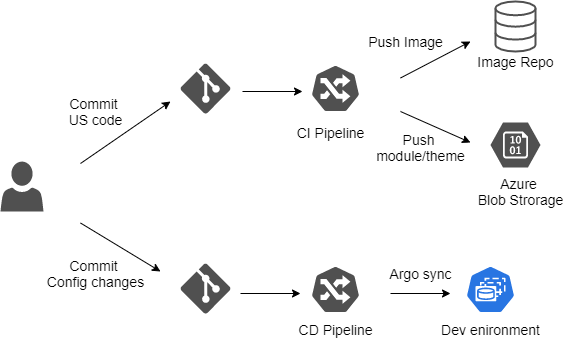
Before: docs/media/ArgoCD flows-Dev flow.png, a diagram exported from draw.io (VirtoCommerce/vc-deploy-apps). Source tidied: cells renumbered, new cells last; positions are measured from the earlier drawing's top-left corner, leaving out a move shared by most shapes. Source of this version:
```xml
<mxGraphModel>
  <root>
    <mxCell id="0" />
    <mxCell id="1" parent="0" />
    <mxCell id="2" style="shadow=0;dashed=0;html=1;strokeColor=none;labelPosition=center;verticalLabelPosition=bottom;verticalAlign=top;align=center;fillColor=#505050;shape=mxgraph.mscae.intune.account_portal;fontSize=14;" parent="1" vertex="1">
      <mxGeometry y="160" width="43" height="50" as="geometry" />
    </mxCell>
    <mxCell id="3" style="verticalLabelPosition=bottom;html=1;verticalAlign=top;align=center;strokeColor=none;fillColor=#505050;shape=mxgraph.azure.git_repository;fontSize=14;" parent="1" vertex="1">
      <mxGeometry x="180" y="62" width="50" height="50" as="geometry" />
    </mxCell>
    <mxCell id="4" style="verticalLabelPosition=bottom;html=1;verticalAlign=top;align=center;strokeColor=none;fillColor=#505050;shape=mxgraph.azure.git_repository;fontSize=14;" parent="1" vertex="1">
      <mxGeometry x="180" y="262" width="50" height="50" as="geometry" />
    </mxCell>
    <mxCell id="5" style="html=1;dashed=0;whitespace=wrap;fillColor=#505050;strokeColor=#ffffff;shape=mxgraph.kubernetes.icon;prIcon=ing;fontSize=14;" parent="1" vertex="1">
      <mxGeometry x="310" y="63" width="50" height="48" as="geometry" />
    </mxCell>
    <mxCell id="6" style="html=1;verticalLabelPosition=bottom;align=center;labelBackgroundColor=#ffffff;verticalAlign=top;strokeWidth=2;strokeColor=#505050;shadow=0;dashed=0;shape=mxgraph.ios7.icons.data;fillColor=none;fontSize=14;" parent="1" vertex="1">
      <mxGeometry x="495" width="40" height="50" as="geometry" />
    </mxCell>
    <mxCell id="7" style="html=1;dashed=0;whitespace=wrap;fillColor=#505050;strokeColor=#ffffff;shape=mxgraph.kubernetes.icon;prIcon=ing;fontSize=14;" parent="1" vertex="1">
      <mxGeometry x="310" y="264" width="50" height="48" as="geometry" />
    </mxCell>
    <mxCell id="8" style="html=1;dashed=0;whitespace=wrap;fillColor=#2875E2;strokeColor=#ffffff;shape=mxgraph.kubernetes.icon;prIcon=sts;fontSize=14;" parent="1" vertex="1">
      <mxGeometry x="465" y="264" width="50" height="48" as="geometry" />
    </mxCell>
    <mxCell id="9" style="endArrow=classic;html=1;fontSize=14;" parent="1" edge="1">
      <mxGeometry relative="1" as="geometry">
        <mxPoint x="80" y="162" as="sourcePoint" />
        <mxPoint x="170" y="100" as="targetPoint" />
      </mxGeometry>
    </mxCell>
    <mxCell id="10" value="Commit &lt;br&gt;US code" style="text;html=1;align=center;verticalAlign=middle;fontSize=14;" parent="1" vertex="1">
      <mxGeometry x="60" y="90" width="70" height="40" as="geometry" />
    </mxCell>
    <mxCell id="11" value="CI Pipeline" style="text;html=1;align=center;verticalAlign=middle;fontSize=14;" parent="1" vertex="1">
      <mxGeometry x="290" y="121" width="80" height="20" as="geometry" />
    </mxCell>
    <mxCell id="12" style="endArrow=classic;html=1;fontSize=14;" parent="1" edge="1">
      <mxGeometry relative="1" as="geometry">
        <mxPoint x="242" y="90" as="sourcePoint" />
        <mxPoint x="302" y="90" as="targetPoint" />
      </mxGeometry>
    </mxCell>
    <mxCell id="13" style="endArrow=classic;html=1;fontSize=14;" parent="1" edge="1">
      <mxGeometry relative="1" as="geometry">
        <mxPoint x="400" y="76.5" as="sourcePoint" />
        <mxPoint x="470" y="40" as="targetPoint" />
      </mxGeometry>
    </mxCell>
    <mxCell id="14" style="endArrow=classic;html=1;fontSize=14;" parent="1" edge="1">
      <mxGeometry relative="1" as="geometry">
        <mxPoint x="400" y="110" as="sourcePoint" />
        <mxPoint x="470" y="141" as="targetPoint" />
      </mxGeometry>
    </mxCell>
    <mxCell id="15" value="Push Image" style="text;html=1;align=center;verticalAlign=middle;fontSize=14;" parent="1" vertex="1">
      <mxGeometry x="360" y="30" width="90" height="20" as="geometry" />
    </mxCell>
    <mxCell id="16" value="Image Repo" style="text;html=1;align=center;verticalAlign=middle;fontSize=14;" parent="1" vertex="1">
      <mxGeometry x="470" y="50" width="90" height="20" as="geometry" />
    </mxCell>
    <mxCell id="17" style="verticalLabelPosition=bottom;html=1;verticalAlign=top;align=center;strokeColor=none;fillColor=#505050;shape=mxgraph.azure.storage_blob;fontSize=14;" parent="1" vertex="1">
      <mxGeometry x="490" y="121" width="50" height="45" as="geometry" />
    </mxCell>
    <mxCell id="18" value="Azure &lt;br&gt;Blob Strorage" style="text;html=1;align=center;verticalAlign=middle;fontSize=14;" parent="1" vertex="1">
      <mxGeometry x="470" y="170" width="100" height="40" as="geometry" />
    </mxCell>
    <mxCell id="19" value="Push &lt;br&gt;module/theme" style="text;html=1;align=center;verticalAlign=middle;fontSize=14;" parent="1" vertex="1">
      <mxGeometry x="370" y="126" width="100" height="40" as="geometry" />
    </mxCell>
    <mxCell id="20" style="endArrow=classic;html=1;fontSize=14;" parent="1" edge="1">
      <mxGeometry relative="1" as="geometry">
        <mxPoint x="80" y="221.5" as="sourcePoint" />
        <mxPoint x="160" y="270" as="targetPoint" />
      </mxGeometry>
    </mxCell>
    <mxCell id="21" value="Commit &lt;br&gt;Config changes" style="text;html=1;align=center;verticalAlign=middle;fontSize=14;" parent="1" vertex="1">
      <mxGeometry x="40" y="252" width="110" height="40" as="geometry" />
    </mxCell>
    <mxCell id="22" value="CD Pipeline" style="text;html=1;align=center;verticalAlign=middle;fontSize=14;" parent="1" vertex="1">
      <mxGeometry x="290" y="318" width="90" height="20" as="geometry" />
    </mxCell>
    <mxCell id="23" style="endArrow=classic;html=1;fontSize=14;" parent="1" edge="1">
      <mxGeometry relative="1" as="geometry">
        <mxPoint x="240" y="292" as="sourcePoint" />
        <mxPoint x="300" y="292" as="targetPoint" />
      </mxGeometry>
    </mxCell>
    <mxCell id="24" style="endArrow=classic;html=1;fontSize=14;" parent="1" edge="1">
      <mxGeometry relative="1" as="geometry">
        <mxPoint x="390" y="292" as="sourcePoint" />
        <mxPoint x="450" y="292" as="targetPoint" />
      </mxGeometry>
    </mxCell>
    <mxCell id="25" value="Argo sync" style="text;html=1;align=center;verticalAlign=middle;fontSize=14;" parent="1" vertex="1">
      <mxGeometry x="380" y="262" width="80" height="20" as="geometry" />
    </mxCell>
    <mxCell id="26" value="Dev enironment" style="text;html=1;align=center;verticalAlign=middle;fontSize=14;" parent="1" vertex="1">
      <mxGeometry x="435" y="318" width="110" height="20" as="geometry" />
    </mxCell>
  </root>
</mxGraphModel>
```
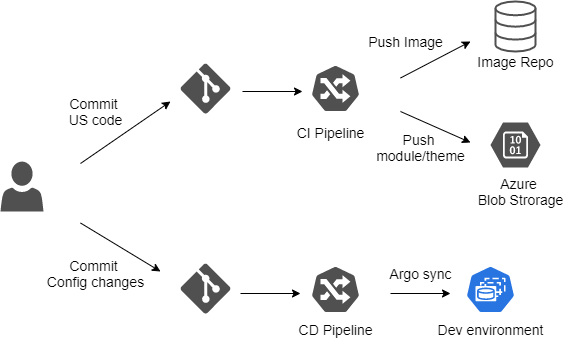
After the commit.

Change to the diagram source:
```diff
@@ -95,8 +95,8 @@
     <mxCell id="25" value="Argo sync" style="text;html=1;align=center;verticalAlign=middle;fontSize=14;" parent="1" vertex="1">
       <mxGeometry x="380" y="262" width="80" height="20" as="geometry" />
     </mxCell>
-    <mxCell id="26" value="Dev enironment" style="text;html=1;align=center;verticalAlign=middle;fontSize=14;" parent="1" vertex="1">
-      <mxGeometry x="435" y="318" width="110" height="20" as="geometry" />
+    <mxCell id="26" value="Dev environment" style="text;html=1;align=center;verticalAlign=middle;fontSize=14;" parent="1" vertex="1">
+      <mxGeometry x="430" y="318" width="120" height="20" as="geometry" />
     </mxCell>
   </root>
 </mxGraphModel>
```
